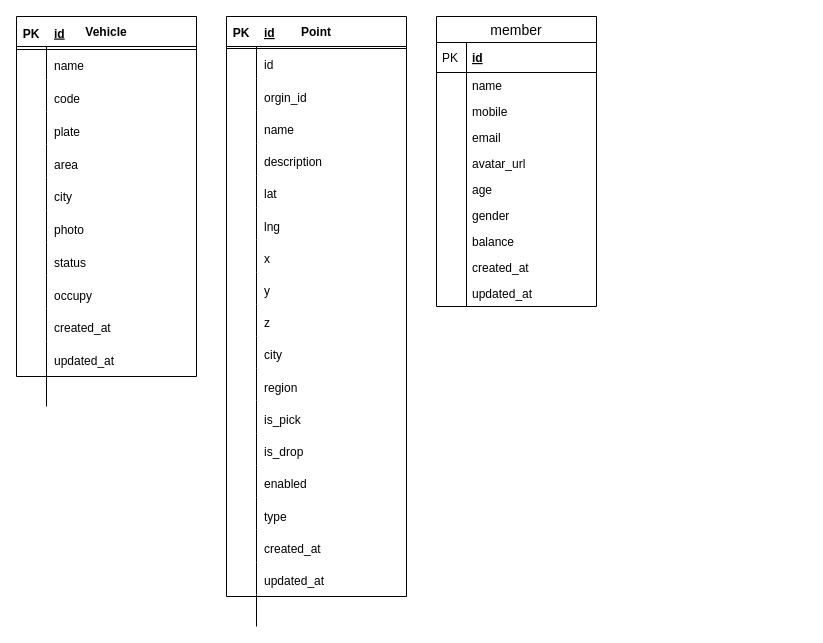
The draw.io diagram 个人研究院/little_car/little_car_db.drawio in wurh/myDesignDoc, before the edit. Source tidied: cells renumbered, new cells numbered last; positions are measured from the earlier drawing's top-left corner, leaving out a move shared by most shapes. Both pictures are drawn from the tidied source at 100%, with x=0, y=0 at pixel (16, 16).
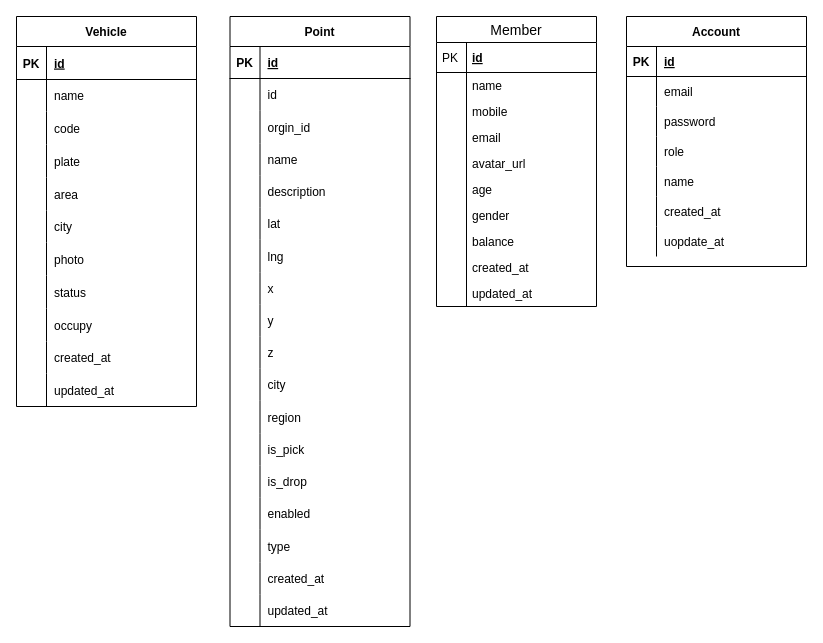
The same page after the edit.

What changed in the source:
```diff
@@
     <mxCell id="2" value="Point" style="shape=table;startSize=30;childLayout=tableLayout;rowLines=0;fontStyle=1;align=center;" parent="1" vertex="1">
-      <mxGeometry x="210" width="180" height="580" as="geometry" />
+      <mxGeometry x="213.5" width="180" height="610" as="geometry" />
     </mxCell>
     <mxCell id="3" style="shape=partialRectangle;fillColor=none;top=0;left=0;bottom=1;right=0;" parent="2" vertex="1">
-      <mxGeometry width="180" height="32" as="geometry" />
+      <mxGeometry y="30" width="180" height="32" as="geometry" />
     </mxCell>
@@
     <mxCell id="6" style="shape=partialRectangle;fillColor=none;top=0;left=0;bottom=0;right=0;" parent="2" vertex="1">
-      <mxGeometry y="32" width="180" height="32" as="geometry" />
+      <mxGeometry y="62" width="180" height="32" as="geometry" />
     </mxCell>
@@
     <mxCell id="9" style="shape=partialRectangle;fillColor=none;top=0;left=0;bottom=0;right=0;" parent="2" vertex="1">
-      <mxGeometry y="64" width="180" height="33" as="geometry" />
+      <mxGeometry y="94" width="180" height="33" as="geometry" />
     </mxCell>
@@
     <mxCell id="12" style="shape=partialRectangle;fillColor=none;top=0;left=0;bottom=0;right=0;" parent="2" vertex="1">
-      <mxGeometry y="97" width="180" height="32" as="geometry" />
+      <mxGeometry y="127" width="180" height="32" as="geometry" />
     </mxCell>
@@
     <mxCell id="15" style="shape=partialRectangle;fillColor=none;top=0;left=0;bottom=0;right=0;" parent="2" vertex="1">
-      <mxGeometry y="129" width="180" height="32" as="geometry" />
+      <mxGeometry y="159" width="180" height="32" as="geometry" />
     </mxCell>
@@
     <mxCell id="18" style="shape=partialRectangle;fillColor=none;top=0;left=0;bottom=0;right=0;" parent="2" vertex="1">
-      <mxGeometry y="161" width="180" height="32" as="geometry" />
+      <mxGeometry y="191" width="180" height="32" as="geometry" />
     </mxCell>
@@
     <mxCell id="21" style="shape=partialRectangle;fillColor=none;top=0;left=0;bottom=0;right=0;" parent="2" vertex="1">
-      <mxGeometry y="193" width="180" height="33" as="geometry" />
+      <mxGeometry y="223" width="180" height="33" as="geometry" />
     </mxCell>
@@
     <mxCell id="24" style="shape=partialRectangle;fillColor=none;top=0;left=0;bottom=0;right=0;" parent="2" vertex="1">
-      <mxGeometry y="226" width="180" height="32" as="geometry" />
+      <mxGeometry y="256" width="180" height="32" as="geometry" />
     </mxCell>
@@
     <mxCell id="27" style="shape=partialRectangle;fillColor=none;top=0;left=0;bottom=0;right=0;" parent="2" vertex="1">
-      <mxGeometry y="258" width="180" height="32" as="geometry" />
+      <mxGeometry y="288" width="180" height="32" as="geometry" />
     </mxCell>
@@
     <mxCell id="30" style="shape=partialRectangle;fillColor=none;top=0;left=0;bottom=0;right=0;" parent="2" vertex="1">
-      <mxGeometry y="290" width="180" height="32" as="geometry" />
+      <mxGeometry y="320" width="180" height="32" as="geometry" />
     </mxCell>
@@
     <mxCell id="33" style="shape=partialRectangle;fillColor=none;top=0;left=0;bottom=0;right=0;" parent="2" vertex="1">
-      <mxGeometry y="322" width="180" height="32" as="geometry" />
+      <mxGeometry y="352" width="180" height="32" as="geometry" />
     </mxCell>
@@
     <mxCell id="36" style="shape=partialRectangle;fillColor=none;top=0;left=0;bottom=0;right=0;" parent="2" vertex="1">
-      <mxGeometry y="354" width="180" height="33" as="geometry" />
+      <mxGeometry y="384" width="180" height="33" as="geometry" />
     </mxCell>
@@
     <mxCell id="39" style="shape=partialRectangle;fillColor=none;top=0;left=0;bottom=0;right=0;" parent="2" vertex="1">
-      <mxGeometry y="387" width="180" height="32" as="geometry" />
+      <mxGeometry y="417" width="180" height="32" as="geometry" />
     </mxCell>
@@
     <mxCell id="42" style="shape=partialRectangle;fillColor=none;top=0;left=0;bottom=0;right=0;" parent="2" vertex="1">
-      <mxGeometry y="419" width="180" height="32" as="geometry" />
+      <mxGeometry y="449" width="180" height="32" as="geometry" />
     </mxCell>
@@
     <mxCell id="45" style="shape=partialRectangle;fillColor=none;top=0;left=0;bottom=0;right=0;" parent="2" vertex="1">
-      <mxGeometry y="451" width="180" height="32" as="geometry" />
+      <mxGeometry y="481" width="180" height="32" as="geometry" />
     </mxCell>
@@
     <mxCell id="48" style="shape=partialRectangle;fillColor=none;top=0;left=0;bottom=0;right=0;" parent="2" vertex="1">
-      <mxGeometry y="483" width="180" height="33" as="geometry" />
+      <mxGeometry y="513" width="180" height="33" as="geometry" />
     </mxCell>
@@
     <mxCell id="51" style="shape=partialRectangle;fillColor=none;top=0;left=0;bottom=0;right=0;" parent="2" vertex="1">
-      <mxGeometry y="516" width="180" height="32" as="geometry" />
+      <mxGeometry y="546" width="180" height="32" as="geometry" />
     </mxCell>
@@
     <mxCell id="54" style="shape=partialRectangle;fillColor=none;top=0;left=0;bottom=0;right=0;" parent="2" vertex="1">
-      <mxGeometry y="548" width="180" height="32" as="geometry" />
+      <mxGeometry y="578" width="180" height="32" as="geometry" />
     </mxCell>
@@
     <mxCell id="57" value="Vehicle" style="shape=table;startSize=30;childLayout=tableLayout;rowLines=0;fontStyle=1;align=center;" parent="1" vertex="1">
-      <mxGeometry width="180" height="360" as="geometry" />
+      <mxGeometry width="180" height="390" as="geometry" />
     </mxCell>
     <mxCell id="58" style="shape=partialRectangle;fillColor=none;top=0;left=0;bottom=1;right=0;" parent="57" vertex="1">
-      <mxGeometry width="180" height="33" as="geometry" />
+      <mxGeometry y="30" width="180" height="33" as="geometry" />
     </mxCell>
@@
     <mxCell id="61" style="shape=partialRectangle;fillColor=none;top=0;left=0;bottom=0;right=0;" parent="57" vertex="1">
-      <mxGeometry y="33" width="180" height="32" as="geometry" />
+      <mxGeometry y="63" width="180" height="32" as="geometry" />
     </mxCell>
@@
     <mxCell id="64" style="shape=partialRectangle;fillColor=none;top=0;left=0;bottom=0;right=0;" parent="57" vertex="1">
-      <mxGeometry y="65" width="180" height="33" as="geometry" />
+      <mxGeometry y="95" width="180" height="33" as="geometry" />
     </mxCell>
@@
     <mxCell id="67" style="shape=partialRectangle;fillColor=none;top=0;left=0;bottom=0;right=0;" parent="57" vertex="1">
-      <mxGeometry y="98" width="180" height="33" as="geometry" />
+      <mxGeometry y="128" width="180" height="33" as="geometry" />
     </mxCell>
@@
     <mxCell id="70" style="shape=partialRectangle;fillColor=none;top=0;left=0;bottom=0;right=0;" parent="57" vertex="1">
-      <mxGeometry y="131" width="180" height="33" as="geometry" />
+      <mxGeometry y="161" width="180" height="33" as="geometry" />
     </mxCell>
@@
     <mxCell id="73" style="shape=partialRectangle;fillColor=none;top=0;left=0;bottom=0;right=0;" parent="57" vertex="1">
-      <mxGeometry y="164" width="180" height="32" as="geometry" />
+      <mxGeometry y="194" width="180" height="32" as="geometry" />
     </mxCell>
@@
     <mxCell id="76" style="shape=partialRectangle;fillColor=none;top=0;left=0;bottom=0;right=0;" parent="57" vertex="1">
-      <mxGeometry y="196" width="180" height="33" as="geometry" />
+      <mxGeometry y="226" width="180" height="33" as="geometry" />
     </mxCell>
@@
     <mxCell id="79" style="shape=partialRectangle;fillColor=none;top=0;left=0;bottom=0;right=0;" parent="57" vertex="1">
-      <mxGeometry y="229" width="180" height="33" as="geometry" />
+      <mxGeometry y="259" width="180" height="33" as="geometry" />
     </mxCell>
@@
     <mxCell id="82" style="shape=partialRectangle;fillColor=none;top=0;left=0;bottom=0;right=0;" parent="57" vertex="1">
-      <mxGeometry y="262" width="180" height="33" as="geometry" />
+      <mxGeometry y="292" width="180" height="33" as="geometry" />
     </mxCell>
@@
     <mxCell id="85" style="shape=partialRectangle;fillColor=none;top=0;left=0;bottom=0;right=0;" parent="57" vertex="1">
-      <mxGeometry y="295" width="180" height="32" as="geometry" />
+      <mxGeometry y="325" width="180" height="32" as="geometry" />
     </mxCell>
@@
     <mxCell id="88" style="shape=partialRectangle;fillColor=none;top=0;left=0;bottom=0;right=0;" parent="57" vertex="1">
-      <mxGeometry y="327" width="180" height="33" as="geometry" />
+      <mxGeometry y="357" width="180" height="33" as="geometry" />
     </mxCell>
@@
-    <mxCell id="91" value="member" style="swimlane;fontStyle=0;horizontal=1;startSize=26;align=center;fontSize=14;" parent="1" vertex="1">
+    <mxCell id="91" value="Member" style="swimlane;fontStyle=0;horizontal=1;startSize=26;align=center;fontSize=14;" parent="1" vertex="1">
       <mxGeometry x="420" width="160" height="290" as="geometry" />
     </mxCell>
@@
+    <mxCell id="112" value="Account" style="shape=table;startSize=30;childLayout=tableLayout;rowLines=0;fontStyle=1;align=center;" parent="1" vertex="1">
+      <mxGeometry x="610" width="180" height="250" as="geometry" />
+    </mxCell>
+    <mxCell id="113" style="shape=partialRectangle;fillColor=none;top=0;left=0;bottom=1;right=0;" parent="112" vertex="1">
+      <mxGeometry y="30" width="180" height="30" as="geometry" />
+    </mxCell>
+    <mxCell id="114" value="PK" style="shape=partialRectangle;fillColor=none;top=0;left=0;bottom=0;right=0;fontStyle=1;overflow=hidden;" parent="113" vertex="1">
+      <mxGeometry width="30" height="30" as="geometry" />
+    </mxCell>
+    <mxCell id="115" value="id" style="shape=partialRectangle;fillColor=none;top=0;left=0;bottom=0;right=0;align=left;spacingLeft=6;fontStyle=5;overflow=hidden;" parent="113" vertex="1">
+      <mxGeometry x="30" width="150" height="30" as="geometry" />
+    </mxCell>
+    <mxCell id="116" style="shape=partialRectangle;fillColor=none;top=0;left=0;bottom=0;right=0;" parent="112" vertex="1">
+      <mxGeometry y="60" width="180" height="30" as="geometry" />
+    </mxCell>
+    <mxCell id="117" style="shape=partialRectangle;fillColor=none;top=0;left=0;bottom=0;right=0;overflow=hidden;" parent="116" vertex="1">
+      <mxGeometry width="30" height="30" as="geometry" />
+    </mxCell>
+    <mxCell id="118" value="email" style="shape=partialRectangle;fillColor=none;top=0;left=0;bottom=0;right=0;align=left;spacingLeft=6;overflow=hidden;" parent="116" vertex="1">
+      <mxGeometry x="30" width="150" height="30" as="geometry" />
+    </mxCell>
+    <mxCell id="119" style="shape=partialRectangle;fillColor=none;top=0;left=0;bottom=0;right=0;" parent="112" vertex="1">
+      <mxGeometry y="90" width="180" height="30" as="geometry" />
+    </mxCell>
+    <mxCell id="120" style="shape=partialRectangle;fillColor=none;top=0;left=0;bottom=0;right=0;overflow=hidden;" parent="119" vertex="1">
+      <mxGeometry width="30" height="30" as="geometry" />
+    </mxCell>
+    <mxCell id="121" value="password" style="shape=partialRectangle;fillColor=none;top=0;left=0;bottom=0;right=0;align=left;spacingLeft=6;overflow=hidden;" parent="119" vertex="1">
+      <mxGeometry x="30" width="150" height="30" as="geometry" />
+    </mxCell>
+    <mxCell id="122" style="shape=partialRectangle;fillColor=none;top=0;left=0;bottom=0;right=0;" parent="112" vertex="1">
+      <mxGeometry y="120" width="180" height="30" as="geometry" />
+    </mxCell>
+    <mxCell id="123" style="shape=partialRectangle;fillColor=none;top=0;left=0;bottom=0;right=0;overflow=hidden;" parent="122" vertex="1">
+      <mxGeometry width="30" height="30" as="geometry" />
+    </mxCell>
+    <mxCell id="124" value="role" style="shape=partialRectangle;fillColor=none;top=0;left=0;bottom=0;right=0;align=left;spacingLeft=6;overflow=hidden;" parent="122" vertex="1">
+      <mxGeometry x="30" width="150" height="30" as="geometry" />
+    </mxCell>
+    <mxCell id="125" style="shape=partialRectangle;fillColor=none;top=0;left=0;bottom=0;right=0;" parent="112" vertex="1">
+      <mxGeometry y="150" width="180" height="30" as="geometry" />
+    </mxCell>
+    <mxCell id="126" style="shape=partialRectangle;fillColor=none;top=0;left=0;bottom=0;right=0;overflow=hidden;" parent="125" vertex="1">
+      <mxGeometry width="30" height="30" as="geometry" />
+    </mxCell>
+    <mxCell id="127" value="name" style="shape=partialRectangle;fillColor=none;top=0;left=0;bottom=0;right=0;align=left;spacingLeft=6;overflow=hidden;" parent="125" vertex="1">
+      <mxGeometry x="30" width="150" height="30" as="geometry" />
+    </mxCell>
+    <mxCell id="128" style="shape=partialRectangle;fillColor=none;top=0;left=0;bottom=0;right=0;" parent="112" vertex="1">
+      <mxGeometry y="180" width="180" height="30" as="geometry" />
+    </mxCell>
+    <mxCell id="129" style="shape=partialRectangle;fillColor=none;top=0;left=0;bottom=0;right=0;overflow=hidden;" parent="128" vertex="1">
+      <mxGeometry width="30" height="30" as="geometry" />
+    </mxCell>
+    <mxCell id="130" value="created_at" style="shape=partialRectangle;fillColor=none;top=0;left=0;bottom=0;right=0;align=left;spacingLeft=6;overflow=hidden;" parent="128" vertex="1">
+      <mxGeometry x="30" width="150" height="30" as="geometry" />
+    </mxCell>
+    <mxCell id="131" style="shape=partialRectangle;fillColor=none;top=0;left=0;bottom=0;right=0;" parent="112" vertex="1">
+      <mxGeometry y="210" width="180" height="30" as="geometry" />
+    </mxCell>
+    <mxCell id="132" style="shape=partialRectangle;fillColor=none;top=0;left=0;bottom=0;right=0;overflow=hidden;" parent="131" vertex="1">
+      <mxGeometry width="30" height="30" as="geometry" />
+    </mxCell>
+    <mxCell id="133" value="uopdate_at" style="shape=partialRectangle;fillColor=none;top=0;left=0;bottom=0;right=0;align=left;spacingLeft=6;overflow=hidden;" parent="131" vertex="1">
+      <mxGeometry x="30" width="150" height="30" as="geometry" />
+    </mxCell>
```
